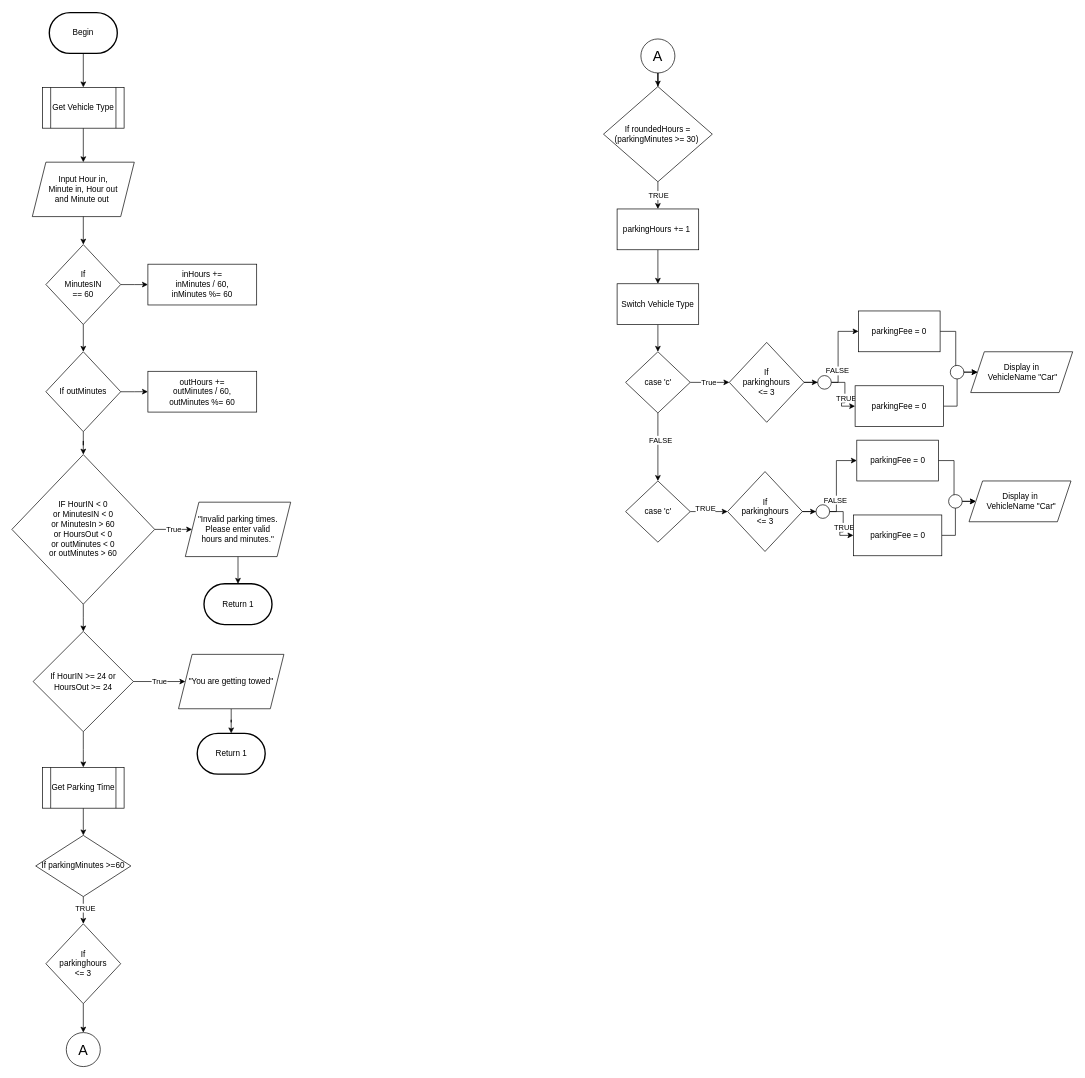
AmawNiZy/Assignments keeps this draw.io diagram as problem58Flowchart.drawio. Above is the earlier version. Source tidied: cells renumbered, new cells numbered last; positions are measured from the earlier drawing's top-left corner, leaving out a move shared by most shapes. Both pictures are drawn from the tidied source at 68%, with x=0, y=0 at pixel (12, 12).
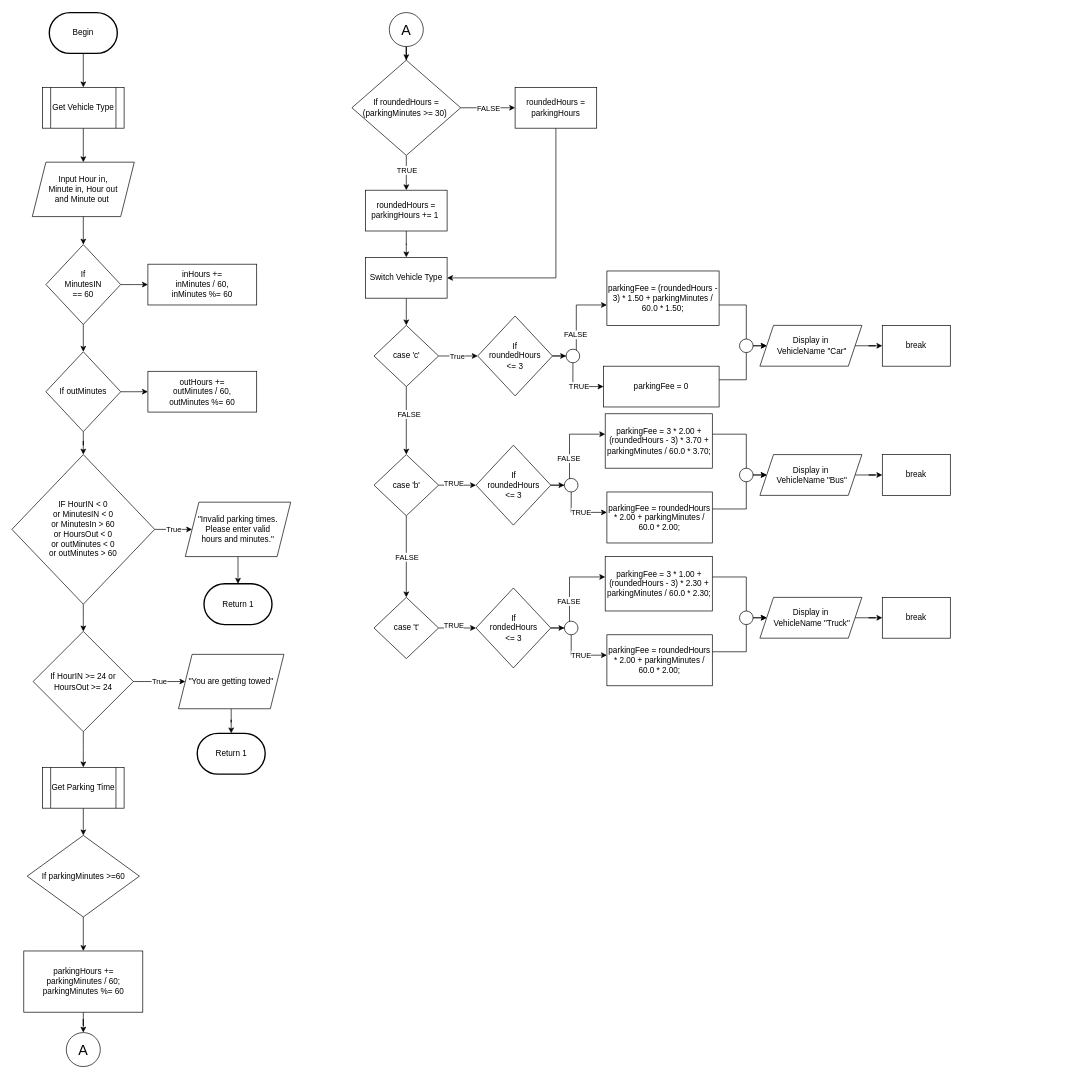
The same page after the edit.

Unchanged cells that the change refers to:
```xml
<mxCell id="19" value="&lt;font style=&quot;font-size: 21px;&quot;&gt;A&lt;/font&gt;" style="ellipse;whiteSpace=wrap;html=1;" parent="1" vertex="1">
  <mxGeometry x="80" y="1500" width="50" height="50" as="geometry" />
</mxCell>
```

Diff of the diagram source:
```diff
@@
-    <mxCell id="13" style="edgeStyle=orthogonalEdgeStyle;rounded=0;jettySize=auto;html=1;entryX=0.5;entryY=0;entryDx=0;entryDy=0;" parent="1" edge="1" source="15" target="70">
+    <mxCell id="13" style="edgeStyle=orthogonalEdgeStyle;rounded=0;jettySize=auto;html=1;entryX=0.5;entryY=0;entryDx=0;entryDy=0;" parent="1" edge="1" source="15" target="85">
       <mxGeometry relative="1" as="geometry" />
     </mxCell>
-    <mxCell id="14" value="TRUE" style="edgeLabel;html=1;align=center;verticalAlign=middle;" parent="13" vertex="1">
-      <mxGeometry x="-0.21" y="2" relative="1" as="geometry" />
-    </mxCell>
     <mxCell id="15" value="If parkingMinutes &amp;gt;=60" style="rhombus;whiteSpace=wrap;html=1;" parent="1" vertex="1">
-      <mxGeometry x="35" y="1210" width="140" height="90" as="geometry" />
+      <mxGeometry x="22.5" y="1210" width="165" height="120" as="geometry" />
     </mxCell>
@@
-    <mxCell id="18" style="edgeStyle=orthogonalEdgeStyle;rounded=0;jettySize=auto;html=1;exitX=0.5;exitY=1;exitDx=0;exitDy=0;" parent="1" edge="1" source="70" target="19">
-      <mxGeometry relative="1" as="geometry" />
-    </mxCell>
@@
     <mxCell id="22" value="&lt;font style=&quot;font-size: 21px;&quot;&gt;A&lt;/font&gt;" style="ellipse;whiteSpace=wrap;html=1;" parent="1" vertex="1">
-      <mxGeometry x="925" y="38.8" width="50" height="50" as="geometry" />
+      <mxGeometry x="555" width="50" height="50" as="geometry" />
     </mxCell>
@@
+    <mxCell id="79" style="edgeStyle=orthogonalEdgeStyle;rounded=0;jettySize=auto;html=1;" parent="1" edge="1" source="25" target="87">
+      <mxGeometry relative="1" as="geometry" />
+    </mxCell>
+    <mxCell id="80" value="FALSE" style="edgeLabel;html=1;align=center;verticalAlign=middle;" parent="79" vertex="1">
+      <mxGeometry x="-0.37" y="-1" relative="1" as="geometry">
+        <mxPoint x="15" y="-1" as="offset" />
+      </mxGeometry>
+    </mxCell>
     <mxCell id="25" value="If roundedHours =&lt;br style=&quot;border-color: var(--border-color);&quot;&gt;(parkingMinutes &amp;gt;= 30)&amp;nbsp;" style="rhombus;whiteSpace=wrap;html=1;" parent="1" vertex="1">
-      <mxGeometry x="870" y="108.8" width="160" height="140" as="geometry" />
+      <mxGeometry x="500" y="70" width="160" height="140" as="geometry" />
     </mxCell>
@@
-    <mxCell id="27" value="parkingHours += 1&amp;nbsp;" style="rounded=0;whiteSpace=wrap;html=1;" parent="1" vertex="1">
-      <mxGeometry x="890" y="288.8" width="120" height="60" as="geometry" />
+    <mxCell id="27" value="roundedHours = parkingHours += 1&amp;nbsp;" style="rounded=0;whiteSpace=wrap;html=1;" parent="1" vertex="1">
+      <mxGeometry x="520" y="261.2" width="120" height="60" as="geometry" />
     </mxCell>
@@
     <mxCell id="29" value="Switch Vehicle Type" style="rounded=0;whiteSpace=wrap;html=1;" parent="1" vertex="1">
-      <mxGeometry x="890" y="398.8" width="120" height="60" as="geometry" />
+      <mxGeometry x="520" y="360" width="120" height="60" as="geometry" />
     </mxCell>
@@
     <mxCell id="34" value="case 'c'" style="rhombus;whiteSpace=wrap;html=1;" parent="1" vertex="1">
-      <mxGeometry x="902.5" y="498.8" width="95" height="90" as="geometry" />
+      <mxGeometry x="532.5" y="460" width="95" height="90" as="geometry" />
     </mxCell>
     <mxCell id="35" style="edgeStyle=orthogonalEdgeStyle;rounded=0;jettySize=auto;html=1;" parent="1" edge="1" source="45" target="41">
-      <mxGeometry relative="1" as="geometry" />
+      <mxGeometry relative="1" as="geometry">
+        <Array as="points">
+          <mxPoint x="825" y="550" />
+        </Array>
+      </mxGeometry>
     </mxCell>
@@
     <mxCell id="37" style="edgeStyle=orthogonalEdgeStyle;rounded=0;jettySize=auto;html=1;" parent="1" edge="1" source="39" target="43">
       <mxGeometry relative="1" as="geometry">
         <Array as="points">
-          <mxPoint x="1215" y="543.8" />
-          <mxPoint x="1215" y="468.8" />
+          <mxPoint x="830" y="505" />
+          <mxPoint x="830" y="430" />
         </Array>
       </mxGeometry>
     </mxCell>
@@
-    <mxCell id="39" value="If &lt;br&gt;parkinghours &lt;br&gt;&amp;lt;= 3" style="rhombus;whiteSpace=wrap;html=1;" parent="1" vertex="1">
-      <mxGeometry x="1055" y="485" width="110" height="117.5" as="geometry" />
+    <mxCell id="39" value="If &lt;br&gt;roundedHours &lt;br&gt;&amp;lt;= 3" style="rhombus;whiteSpace=wrap;html=1;" parent="1" vertex="1">
+      <mxGeometry x="685" y="446.2" width="110" height="117.5" as="geometry" />
     </mxCell>
     <mxCell id="40" style="edgeStyle=orthogonalEdgeStyle;rounded=0;jettySize=auto;html=1;" parent="1" edge="1" source="41" target="46">
       <mxGeometry relative="1" as="geometry">
         <Array as="points">
-          <mxPoint x="1390" y="578.8" />
-          <mxPoint x="1390" y="528.8" />
+          <mxPoint x="1080" y="540" />
+          <mxPoint x="1080" y="490" />
         </Array>
       </mxGeometry>
     </mxCell>
     <mxCell id="41" value="parkingFee = 0" style="rounded=0;whiteSpace=wrap;html=1;" parent="1" vertex="1">
-      <mxGeometry x="1240" y="548.8" width="130" height="60" as="geometry" />
+      <mxGeometry x="870" y="520" width="170" height="60" as="geometry" />
     </mxCell>
     <mxCell id="42" style="edgeStyle=orthogonalEdgeStyle;rounded=0;jettySize=auto;html=1;" parent="1" edge="1" source="43" target="46">
       <mxGeometry relative="1" as="geometry">
         <Array as="points">
-          <mxPoint x="1388" y="468.8" />
-          <mxPoint x="1388" y="528.8" />
+          <mxPoint x="1080" y="430" />
+          <mxPoint x="1080" y="490" />
         </Array>
       </mxGeometry>
     </mxCell>
-    <mxCell id="43" value="parkingFee = 0" style="rounded=0;whiteSpace=wrap;html=1;" parent="1" vertex="1">
-      <mxGeometry x="1245" y="438.8" width="120" height="60" as="geometry" />
+    <mxCell id="43" value="parkingFee = (roundedHours - 3) * 1.50 + parkingMinutes / 60.0 * 1.50;" style="rounded=0;whiteSpace=wrap;html=1;" parent="1" vertex="1">
+      <mxGeometry x="875" y="380" width="165" height="80" as="geometry" />
     </mxCell>
@@
     <mxCell id="45" style="ellipse;whiteSpace=wrap;html=1;" parent="1" vertex="1">
-      <mxGeometry x="1185" y="533.8" width="20" height="20" as="geometry" />
+      <mxGeometry x="815" y="495" width="20" height="20" as="geometry" />
     </mxCell>
+    <mxCell id="81" style="edgeStyle=orthogonalEdgeStyle;rounded=0;jettySize=auto;html=1;" parent="1" edge="1" source="46" target="88">
+      <mxGeometry relative="1" as="geometry" />
+    </mxCell>
     <mxCell id="46" value="Display in&lt;br&gt;&amp;nbsp;VehicleName &quot;Car&quot;" style="shape=parallelogram;perimeter=parallelogramPerimeter;whiteSpace=wrap;html=1;fixedSize=1;" parent="1" vertex="1">
-      <mxGeometry x="1410" y="498.8" width="150" height="60" as="geometry" />
+      <mxGeometry x="1100" y="460" width="150" height="60" as="geometry" />
     </mxCell>
     <mxCell id="47" style="ellipse;whiteSpace=wrap;html=1;" parent="1" vertex="1">
-      <mxGeometry x="1380" y="518.8" width="20" height="20" as="geometry" />
+      <mxGeometry x="1070" y="480" width="20" height="20" as="geometry" />
     </mxCell>
@@
+    <mxCell id="82" style="edgeStyle=orthogonalEdgeStyle;rounded=0;jettySize=auto;html=1;" parent="1" edge="1" source="50" target="93">
+      <mxGeometry relative="1" as="geometry" />
+    </mxCell>
-    <mxCell id="50" value="case 'c'" style="rhombus;whiteSpace=wrap;html=1;" parent="1" vertex="1">
-      <mxGeometry x="902.5" y="688.8" width="95" height="90" as="geometry" />
+    <mxCell id="50" value="case 'b'" style="rhombus;whiteSpace=wrap;html=1;" parent="1" vertex="1">
+      <mxGeometry x="532.5" y="650" width="95" height="90" as="geometry" />
     </mxCell>
     <mxCell id="51" style="edgeStyle=orthogonalEdgeStyle;rounded=0;jettySize=auto;html=1;" parent="1" edge="1" source="61" target="57">
-      <mxGeometry relative="1" as="geometry" />
+      <mxGeometry relative="1" as="geometry">
+        <Array as="points">
+          <mxPoint x="823" y="735" />
+        </Array>
+      </mxGeometry>
     </mxCell>
@@
     <mxCell id="53" style="edgeStyle=orthogonalEdgeStyle;rounded=0;jettySize=auto;html=1;" parent="1" edge="1" source="55" target="59">
       <mxGeometry relative="1" as="geometry">
         <Array as="points">
-          <mxPoint x="1212.5" y="733.8" />
-          <mxPoint x="1212.5" y="658.8" />
+          <mxPoint x="820" y="695" />
+          <mxPoint x="820" y="620" />
         </Array>
       </mxGeometry>
     </mxCell>
@@
-    <mxCell id="55" value="If &lt;br&gt;parkinghours &lt;br&gt;&amp;lt;= 3" style="rhombus;whiteSpace=wrap;html=1;" parent="1" vertex="1">
-      <mxGeometry x="1052.5" y="675" width="110" height="117.5" as="geometry" />
+    <mxCell id="55" value="If &lt;br&gt;roundedHours &lt;br&gt;&amp;lt;= 3" style="rhombus;whiteSpace=wrap;html=1;" parent="1" vertex="1">
+      <mxGeometry x="682.5" y="636.2" width="110" height="117.5" as="geometry" />
     </mxCell>
     <mxCell id="56" style="edgeStyle=orthogonalEdgeStyle;rounded=0;jettySize=auto;html=1;" parent="1" edge="1" source="57" target="62">
       <mxGeometry relative="1" as="geometry">
         <Array as="points">
-          <mxPoint x="1387.5" y="768.8" />
-          <mxPoint x="1387.5" y="718.8" />
+          <mxPoint x="1080" y="730" />
+          <mxPoint x="1080" y="680" />
         </Array>
       </mxGeometry>
     </mxCell>
-    <mxCell id="57" value="parkingFee = 0" style="rounded=0;whiteSpace=wrap;html=1;" parent="1" vertex="1">
-      <mxGeometry x="1237.5" y="738.8" width="130" height="60" as="geometry" />
+    <mxCell id="57" value="parkingFee = roundedHours * 2.00 + parkingMinutes / 60.0 * 2.00;" style="rounded=0;whiteSpace=wrap;html=1;" parent="1" vertex="1">
+      <mxGeometry x="875" y="705" width="155" height="75" as="geometry" />
     </mxCell>
     <mxCell id="58" style="edgeStyle=orthogonalEdgeStyle;rounded=0;jettySize=auto;html=1;" parent="1" edge="1" source="59" target="62">
       <mxGeometry relative="1" as="geometry">
         <Array as="points">
-          <mxPoint x="1385.5" y="658.8" />
-          <mxPoint x="1385.5" y="718.8" />
+          <mxPoint x="1080" y="620" />
+          <mxPoint x="1080" y="680" />
         </Array>
       </mxGeometry>
     </mxCell>
-    <mxCell id="59" value="parkingFee = 0" style="rounded=0;whiteSpace=wrap;html=1;" parent="1" vertex="1">
-      <mxGeometry x="1242.5" y="628.8" width="120" height="60" as="geometry" />
+    <mxCell id="59" value="parkingFee = 3 * 2.00 + (roundedHours - 3) * 3.70 + parkingMinutes / 60.0 * 3.70;" style="rounded=0;whiteSpace=wrap;html=1;" parent="1" vertex="1">
+      <mxGeometry x="872.5" y="590" width="157.5" height="80" as="geometry" />
     </mxCell>
@@
     <mxCell id="61" style="ellipse;whiteSpace=wrap;html=1;" parent="1" vertex="1">
-      <mxGeometry x="1182.5" y="723.8" width="20" height="20" as="geometry" />
+      <mxGeometry x="812.5" y="685" width="20" height="20" as="geometry" />
     </mxCell>
+    <mxCell id="83" style="edgeStyle=orthogonalEdgeStyle;rounded=0;jettySize=auto;html=1;" parent="1" edge="1" source="62" target="89">
+      <mxGeometry relative="1" as="geometry" />
+    </mxCell>
-    <mxCell id="62" value="Display in&lt;br&gt;&amp;nbsp;VehicleName &quot;Car&quot;" style="shape=parallelogram;perimeter=parallelogramPerimeter;whiteSpace=wrap;html=1;fixedSize=1;" parent="1" vertex="1">
-      <mxGeometry x="1407.5" y="688.8" width="150" height="60" as="geometry" />
+    <mxCell id="62" value="Display in&lt;br&gt;&amp;nbsp;VehicleName &quot;Bus&quot;" style="shape=parallelogram;perimeter=parallelogramPerimeter;whiteSpace=wrap;html=1;fixedSize=1;" parent="1" vertex="1">
+      <mxGeometry x="1100" y="650" width="150" height="60" as="geometry" />
     </mxCell>
     <mxCell id="63" style="ellipse;whiteSpace=wrap;html=1;" parent="1" vertex="1">
-      <mxGeometry x="1377.5" y="708.8" width="20" height="20" as="geometry" />
+      <mxGeometry x="1070" y="670" width="20" height="20" as="geometry" />
     </mxCell>
@@
-    <mxCell id="70" value="If &lt;br&gt;parkinghours &lt;br&gt;&amp;lt;= 3" style="rhombus;whiteSpace=wrap;html=1;" parent="1" vertex="1">
-      <mxGeometry x="50" y="1340" width="110" height="117.5" as="geometry" />
-    </mxCell>
@@
+    <mxCell id="84" style="edgeStyle=orthogonalEdgeStyle;rounded=0;jettySize=auto;html=1;" parent="1" edge="1" source="85" target="19">
+      <mxGeometry relative="1" as="geometry" />
+    </mxCell>
+    <mxCell id="85" value="parkingHours += parkingMinutes / 60; parkingMinutes %= 60" style="rounded=0;whiteSpace=wrap;html=1;" parent="1" vertex="1">
+      <mxGeometry x="17.5" y="1380" width="175" height="90" as="geometry" />
+    </mxCell>
+    <mxCell id="86" style="edgeStyle=orthogonalEdgeStyle;rounded=0;jettySize=auto;html=1;" parent="1" edge="1" source="87" target="29">
+      <mxGeometry relative="1" as="geometry">
+        <Array as="points">
+          <mxPoint x="800" y="390.2" />
+        </Array>
+      </mxGeometry>
+    </mxCell>
+    <mxCell id="87" value="roundedHours = parkingHours" style="rounded=0;whiteSpace=wrap;html=1;" parent="1" vertex="1">
+      <mxGeometry x="740" y="110" width="120" height="60" as="geometry" />
+    </mxCell>
+    <mxCell id="88" value="break" style="rounded=0;whiteSpace=wrap;html=1;" parent="1" vertex="1">
+      <mxGeometry x="1280" y="460" width="100" height="60" as="geometry" />
+    </mxCell>
+    <mxCell id="89" value="break" style="rounded=0;whiteSpace=wrap;html=1;" parent="1" vertex="1">
+      <mxGeometry x="1280" y="650" width="100" height="60" as="geometry" />
+    </mxCell>
+    <mxCell id="90" value="FALSE" style="edgeLabel;html=1;align=center;verticalAlign=middle;" parent="1" vertex="1">
+      <mxGeometry x="580" y="800" as="geometry" />
+    </mxCell>
+    <mxCell id="91" style="edgeStyle=orthogonalEdgeStyle;rounded=0;jettySize=auto;html=1;" parent="1" edge="1" source="93" target="98">
+      <mxGeometry relative="1" as="geometry" />
+    </mxCell>
+    <mxCell id="92" value="TRUE" style="edgeLabel;html=1;align=center;verticalAlign=middle;" parent="91" vertex="1">
+      <mxGeometry x="-0.25" y="4" relative="1" as="geometry">
+        <mxPoint x="1" as="offset" />
+      </mxGeometry>
+    </mxCell>
+    <mxCell id="93" value="case 't'" style="rhombus;whiteSpace=wrap;html=1;direction=west;" parent="1" vertex="1">
+      <mxGeometry x="532.5" y="860" width="95" height="90" as="geometry" />
+    </mxCell>
+    <mxCell id="94" style="edgeStyle=orthogonalEdgeStyle;rounded=0;jettySize=auto;html=1;" parent="1" edge="1" source="104" target="100">
+      <mxGeometry relative="1" as="geometry">
+        <Array as="points">
+          <mxPoint x="823" y="945" />
+        </Array>
+      </mxGeometry>
+    </mxCell>
+    <mxCell id="95" value="TRUE" style="edgeLabel;html=1;align=center;verticalAlign=middle;" parent="94" vertex="1">
+      <mxGeometry x="0.07" y="1" relative="1" as="geometry" />
+    </mxCell>
+    <mxCell id="96" style="edgeStyle=orthogonalEdgeStyle;rounded=0;jettySize=auto;html=1;" parent="1" edge="1" source="98" target="102">
+      <mxGeometry relative="1" as="geometry">
+        <Array as="points">
+          <mxPoint x="820" y="905" />
+          <mxPoint x="820" y="830" />
+        </Array>
+      </mxGeometry>
+    </mxCell>
+    <mxCell id="97" value="FALSE" style="edgeLabel;html=1;align=center;verticalAlign=middle;" parent="96" vertex="1">
+      <mxGeometry x="-0.14" y="2" relative="1" as="geometry" />
+    </mxCell>
+    <mxCell id="98" value="If &lt;br&gt;rondedHours &lt;br&gt;&amp;lt;= 3" style="rhombus;whiteSpace=wrap;html=1;" parent="1" vertex="1">
+      <mxGeometry x="682.5" y="846.2" width="110" height="117.5" as="geometry" />
+    </mxCell>
+    <mxCell id="99" style="edgeStyle=orthogonalEdgeStyle;rounded=0;jettySize=auto;html=1;" parent="1" edge="1" source="100" target="106">
+      <mxGeometry relative="1" as="geometry">
+        <Array as="points">
+          <mxPoint x="1080" y="940" />
+          <mxPoint x="1080" y="890" />
+        </Array>
+      </mxGeometry>
+    </mxCell>
+    <mxCell id="100" value="parkingFee = roundedHours * 2.00 + parkingMinutes / 60.0 * 2.00;" style="rounded=0;whiteSpace=wrap;html=1;" parent="1" vertex="1">
+      <mxGeometry x="875" y="915" width="155" height="75" as="geometry" />
+    </mxCell>
+    <mxCell id="101" style="edgeStyle=orthogonalEdgeStyle;rounded=0;jettySize=auto;html=1;" parent="1" edge="1" source="102" target="106">
+      <mxGeometry relative="1" as="geometry">
+        <Array as="points">
+          <mxPoint x="1080" y="830" />
+          <mxPoint x="1080" y="890" />
+        </Array>
+      </mxGeometry>
+    </mxCell>
+    <mxCell id="102" value="parkingFee = 3 * 1.00 + (roundedHours - 3) * 2.30 + parkingMinutes / 60.0 * 2.30;" style="rounded=0;whiteSpace=wrap;html=1;" parent="1" vertex="1">
+      <mxGeometry x="872.5" y="800" width="157.5" height="80" as="geometry" />
+    </mxCell>
+    <mxCell id="103" style="edgeStyle=orthogonalEdgeStyle;rounded=0;jettySize=auto;html=1;" parent="1" edge="1" source="98" target="104">
+      <mxGeometry relative="1" as="geometry" />
+    </mxCell>
+    <mxCell id="104" style="ellipse;whiteSpace=wrap;html=1;" parent="1" vertex="1">
+      <mxGeometry x="812.5" y="895" width="20" height="20" as="geometry" />
+    </mxCell>
+    <mxCell id="105" style="edgeStyle=orthogonalEdgeStyle;rounded=0;jettySize=auto;html=1;" parent="1" edge="1" source="106" target="108">
+      <mxGeometry relative="1" as="geometry" />
+    </mxCell>
+    <mxCell id="106" value="Display in&lt;br&gt;&amp;nbsp;VehicleName &quot;Truck&quot;" style="shape=parallelogram;perimeter=parallelogramPerimeter;whiteSpace=wrap;html=1;fixedSize=1;" parent="1" vertex="1">
+      <mxGeometry x="1100" y="860" width="150" height="60" as="geometry" />
+    </mxCell>
+    <mxCell id="107" style="ellipse;whiteSpace=wrap;html=1;" parent="1" vertex="1">
+      <mxGeometry x="1070" y="880" width="20" height="20" as="geometry" />
+    </mxCell>
+    <mxCell id="108" value="break" style="rounded=0;whiteSpace=wrap;html=1;" parent="1" vertex="1">
+      <mxGeometry x="1280" y="860" width="100" height="60" as="geometry" />
+    </mxCell>
```
